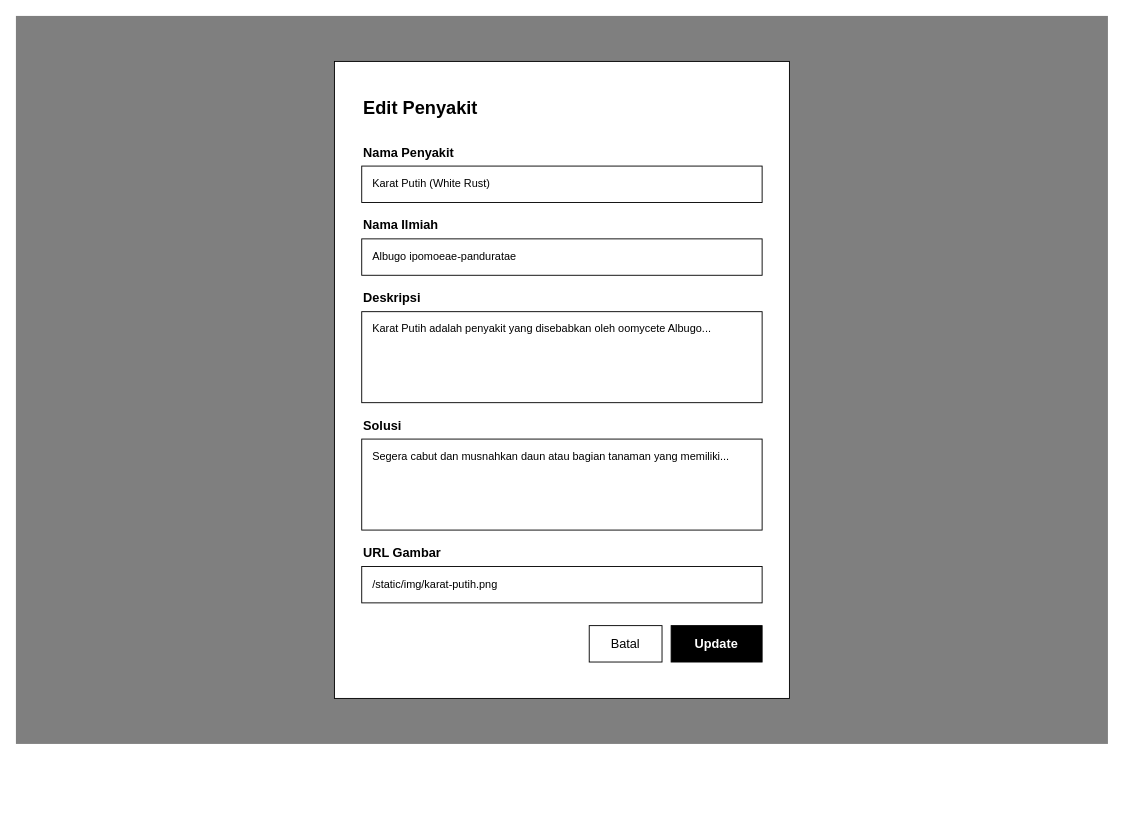
Above: diagram/desain/admin-update-penyakit.drawio in RajaSunrise/kangkungku (draw.io), before the change. Source tidied: cells renumbered, new cells numbered last; positions are measured from the earlier drawing's top-left corner, leaving out a move shared by most shapes. Both pictures are drawn from the tidied source at 91%, with x=0, y=0 at pixel (15, 15).
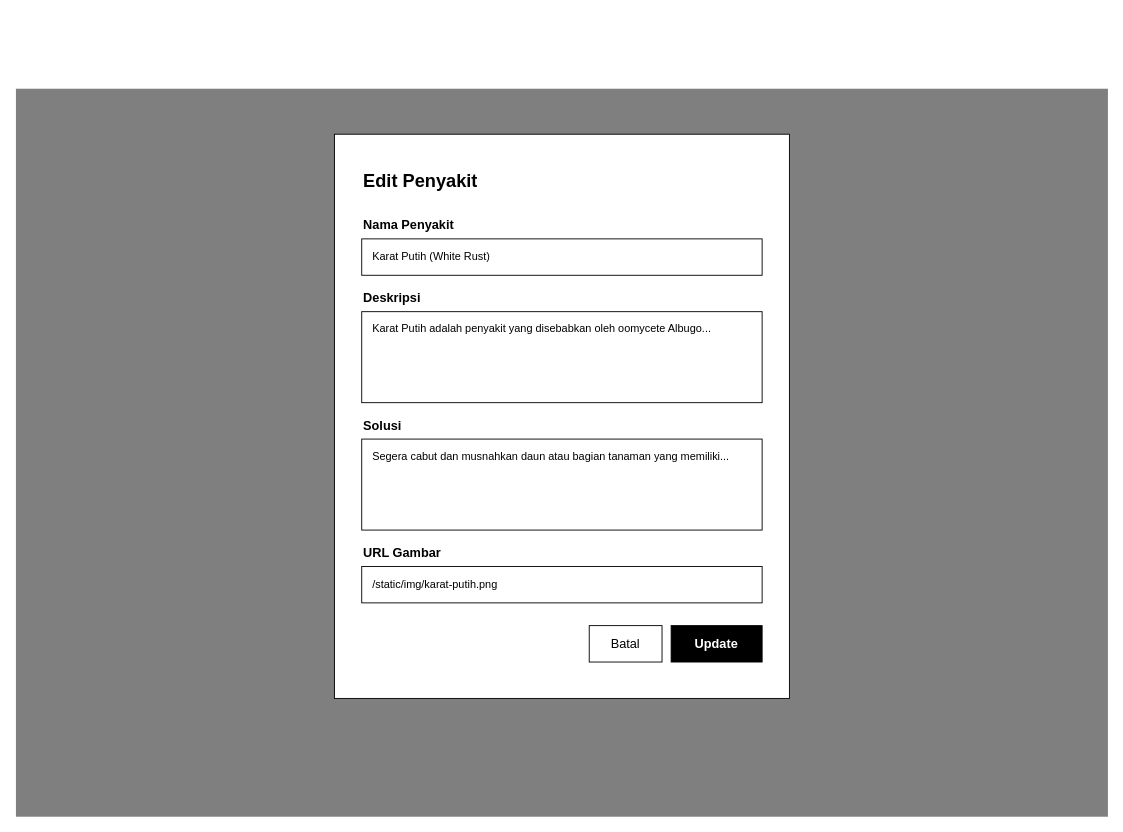
After the change.

What changed in the source:
```diff
@@
 <mxGraphModel>
   <root>
     <mxCell id="0" />
     <mxCell id="1" parent="0" />
     <mxCell id="2" style="rounded=0;whiteSpace=wrap;html=1;fillColor=#000000;fillOpacity=50;strokeColor=none;" parent="1" vertex="1">
-      <mxGeometry width="1200" height="800" as="geometry" />
+      <mxGeometry y="80" width="1200" height="800" as="geometry" />
     </mxCell>
     <mxCell id="3" style="rounded=0;whiteSpace=wrap;html=1;fillColor=#FFFFFF;strokeColor=#000000;" parent="1" vertex="1">
-      <mxGeometry x="350" y="50" width="500" height="700" as="geometry" />
+      <mxGeometry x="350" y="130" width="500" height="620" as="geometry" />
     </mxCell>
     <mxCell id="4" value="Edit Penyakit" style="text;html=1;strokeColor=none;fillColor=none;align=left;verticalAlign=middle;whiteSpace=wrap;rounded=0;fontColor=#000000;fontSize=20;fontStyle=1;" parent="1" vertex="1">
-      <mxGeometry x="380" y="80" width="300" height="40" as="geometry" />
+      <mxGeometry x="380" y="160" width="300" height="40" as="geometry" />
     </mxCell>
     <mxCell id="5" value="Nama Penyakit" style="text;html=1;strokeColor=none;fillColor=none;align=left;verticalAlign=middle;whiteSpace=wrap;rounded=0;fontColor=#000000;fontSize=14;fontStyle=1;" parent="1" vertex="1">
-      <mxGeometry x="380" y="140" width="150" height="20" as="geometry" />
+      <mxGeometry x="380" y="220" width="150" height="20" as="geometry" />
     </mxCell>
     <mxCell id="6" value="Karat Putih (White Rust)" style="rounded=0;whiteSpace=wrap;html=1;fillColor=#FFFFFF;strokeColor=#000000;align=left;spacingLeft=10;" parent="1" vertex="1">
-      <mxGeometry x="380" y="165" width="440" height="40" as="geometry" />
+      <mxGeometry x="380" y="245" width="440" height="40" as="geometry" />
     </mxCell>
-    <mxCell id="7" value="Nama Ilmiah" style="text;html=1;strokeColor=none;fillColor=none;align=left;verticalAlign=middle;whiteSpace=wrap;rounded=0;fontColor=#000000;fontSize=14;fontStyle=1;" parent="1" vertex="1">
-      <mxGeometry x="380" y="220" width="150" height="20" as="geometry" />
-    </mxCell>
-    <mxCell id="8" value="Albugo ipomoeae-panduratae" style="rounded=0;whiteSpace=wrap;html=1;fillColor=#FFFFFF;strokeColor=#000000;align=left;spacingLeft=10;" parent="1" vertex="1">
-      <mxGeometry x="380" y="245" width="440" height="40" as="geometry" />
-    </mxCell>
     <mxCell id="9" value="Deskripsi" style="text;html=1;strokeColor=none;fillColor=none;align=left;verticalAlign=middle;whiteSpace=wrap;rounded=0;fontColor=#000000;fontSize=14;fontStyle=1;" parent="1" vertex="1">
       <mxGeometry x="380" y="300" width="150" height="20" as="geometry" />
     </mxCell>
     <mxCell id="10" value="Karat Putih adalah penyakit yang disebabkan oleh oomycete Albugo..." style="rounded=0;whiteSpace=wrap;html=1;fillColor=#FFFFFF;strokeColor=#000000;align=left;spacingLeft=10;verticalAlign=top;spacingTop=5;" parent="1" vertex="1">
       <mxGeometry x="380" y="325" width="440" height="100" as="geometry" />
     </mxCell>
     <mxCell id="11" value="Solusi" style="text;html=1;strokeColor=none;fillColor=none;align=left;verticalAlign=middle;whiteSpace=wrap;rounded=0;fontColor=#000000;fontSize=14;fontStyle=1;" parent="1" vertex="1">
       <mxGeometry x="380" y="440" width="150" height="20" as="geometry" />
     </mxCell>
     <mxCell id="12" value="Segera cabut dan musnahkan daun atau bagian tanaman yang memiliki..." style="rounded=0;whiteSpace=wrap;html=1;fillColor=#FFFFFF;strokeColor=#000000;align=left;spacingLeft=10;verticalAlign=top;spacingTop=5;" parent="1" vertex="1">
       <mxGeometry x="380" y="465" width="440" height="100" as="geometry" />
     </mxCell>
     <mxCell id="13" value="URL Gambar" style="text;html=1;strokeColor=none;fillColor=none;align=left;verticalAlign=middle;whiteSpace=wrap;rounded=0;fontColor=#000000;fontSize=14;fontStyle=1;" parent="1" vertex="1">
       <mxGeometry x="380" y="580" width="150" height="20" as="geometry" />
     </mxCell>
     <mxCell id="14" value="/static/img/karat-putih.png" style="rounded=0;whiteSpace=wrap;html=1;fillColor=#FFFFFF;strokeColor=#000000;align=left;spacingLeft=10;" parent="1" vertex="1">
       <mxGeometry x="380" y="605" width="440" height="40" as="geometry" />
     </mxCell>
     <mxCell id="15" value="Batal" style="rounded=0;whiteSpace=wrap;html=1;fillColor=#FFFFFF;strokeColor=#000000;fontColor=#000000;fontSize=14;" parent="1" vertex="1">
       <mxGeometry x="630" y="670" width="80" height="40" as="geometry" />
     </mxCell>
     <mxCell id="16" value="Update" style="rounded=0;whiteSpace=wrap;html=1;fillColor=#000000;strokeColor=#000000;fontColor=#FFFFFF;fontStyle=1;fontSize=14;" parent="1" vertex="1">
       <mxGeometry x="720" y="670" width="100" height="40" as="geometry" />
     </mxCell>
   </root>
 </mxGraphModel>
```
